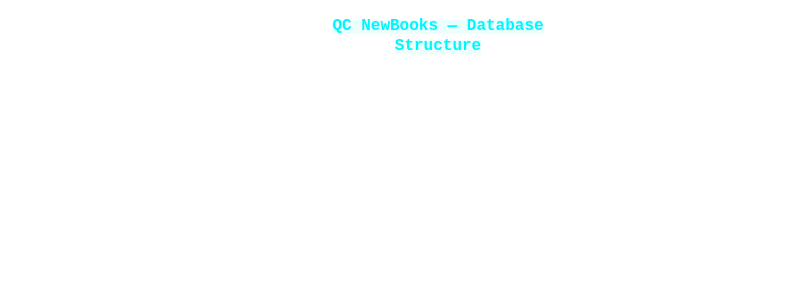
Before: page "Part B — ERD" (2 of 2) of QC_NewBooks_Diagrams.drawio in cristejada2004/diagram-qc-new-books, a draw.io diagram. Source tidied: cells renumbered, new cells numbered last; positions are measured from the earlier drawing's top-left corner, leaving out a move shared by most shapes. Both pictures are drawn from the tidied source at 100%, with x=0, y=0 at pixel (308, 21).
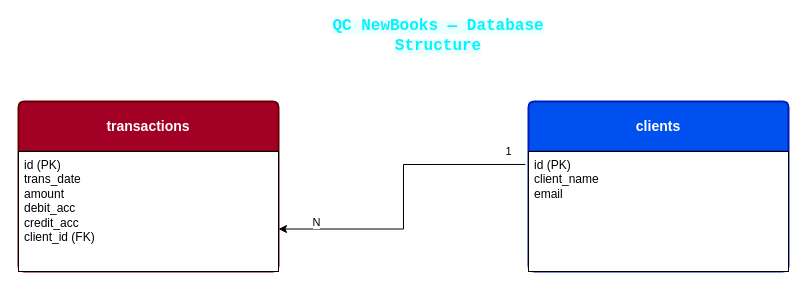
Above is the later version.

Change to the diagram source:
```diff
@@
 <mxGraphModel>
   <root>
     <mxCell id="0" />
     <mxCell id="1" parent="0" />
     <mxCell id="2" value="&lt;span style=&quot;font-family: &amp;quot;Share Tech Mono&amp;quot;, monospace; text-align: start; background-color: light-dark(rgba(0, 245, 255, 0.08), rgb(153, 255, 255));&quot;&gt;&lt;b style=&quot;&quot;&gt;&lt;font style=&quot;font-size: 16px; color: light-dark(rgb(0, 245, 255), rgb(0, 0, 0));&quot;&gt;QC NewBooks — Database Structure&lt;/font&gt;&lt;/b&gt;&lt;/span&gt;" style="text;html=1;whiteSpace=wrap;strokeColor=none;fillColor=none;align=center;verticalAlign=middle;rounded=0;" parent="1" vertex="1">
       <mxGeometry width="260" height="30" as="geometry" />
     </mxCell>
+    <mxCell id="3" value="&lt;b&gt;transactions&lt;/b&gt;" style="swimlane;horizontal=1;startSize=50;rounded=1;fontSize=14;fontStyle=0;strokeWidth=2;shadow=0;align=center;arcSize=4;whiteSpace=wrap;html=1;fillColor=#a20025;fontColor=#ffffff;strokeColor=#6F0000;" parent="1" vertex="1">
+      <mxGeometry x="-290" y="80" width="260" height="170" as="geometry" />
+    </mxCell>
+    <mxCell id="4" value="id (PK)&lt;div&gt;trans_date&lt;/div&gt;&lt;div&gt;amount&lt;/div&gt;&lt;div&gt;debit_acc&lt;/div&gt;&lt;div&gt;credit_acc&lt;/div&gt;&lt;div&gt;client_id (FK)&lt;/div&gt;&lt;div&gt;&lt;br&gt;&lt;/div&gt;&lt;div&gt;&lt;br&gt;&lt;/div&gt;&lt;div&gt;&lt;div&gt;&lt;br&gt;&lt;/div&gt;&lt;/div&gt;" style="align=left;spacingLeft=4;spacingRight=4;fontSize=12;verticalAlign=top;html=1;whiteSpace=wrap;" parent="3" vertex="1">
+      <mxGeometry y="50" width="260" height="120" as="geometry" />
+    </mxCell>
+    <mxCell id="5" style="align=left;strokeColor=none;fillColor=none;spacingLeft=4;spacingRight=4;fontSize=12;verticalAlign=top;html=1;whiteSpace=wrap;" parent="3" vertex="1">
+      <mxGeometry y="170" width="260" as="geometry" />
+    </mxCell>
+    <mxCell id="6" style="align=left;strokeColor=none;fillColor=none;spacingLeft=4;spacingRight=4;fontSize=12;verticalAlign=top;html=1;whiteSpace=wrap;" parent="3" vertex="1">
+      <mxGeometry y="170" width="260" as="geometry" />
+    </mxCell>
+    <mxCell id="7" style="align=left;strokeColor=none;fillColor=none;spacingLeft=4;spacingRight=4;fontSize=12;verticalAlign=top;html=1;whiteSpace=wrap;" parent="3" vertex="1">
+      <mxGeometry y="170" width="260" as="geometry" />
+    </mxCell>
+    <mxCell id="8" value="&lt;b&gt;clients&lt;/b&gt;" style="swimlane;horizontal=1;startSize=50;rounded=1;fontSize=14;fontStyle=0;strokeWidth=2;shadow=0;dashed=0;align=center;arcSize=4;whiteSpace=wrap;html=1;fillColor=#0050ef;fontColor=#ffffff;strokeColor=#001DBC;" parent="1" vertex="1">
+      <mxGeometry x="220" y="80" width="260" height="170" as="geometry" />
+    </mxCell>
+    <mxCell id="9" value="id (PK)&lt;div&gt;client_name&lt;/div&gt;&lt;div&gt;email&lt;/div&gt;" style="align=left;spacingLeft=4;spacingRight=4;fontSize=12;verticalAlign=top;html=1;whiteSpace=wrap;" parent="8" vertex="1">
+      <mxGeometry y="50" width="260" height="120" as="geometry" />
+    </mxCell>
+    <mxCell id="10" style="edgeStyle=orthogonalEdgeStyle;rounded=0;jettySize=auto;html=1;entryX=1;entryY=0.75;entryDx=0;entryDy=0;exitX=-0.012;exitY=0.108;exitDx=0;exitDy=0;exitPerimeter=0;" parent="1" edge="1" source="9" target="3">
+      <mxGeometry relative="1" as="geometry" />
+    </mxCell>
+    <mxCell id="11" value="N" style="edgeLabel;html=1;align=center;verticalAlign=middle;" parent="10" vertex="1">
+      <mxGeometry x="0.76" y="2" relative="1" as="geometry">
+        <mxPoint y="-9" as="offset" />
+      </mxGeometry>
+    </mxCell>
+    <mxCell id="12" value="1" style="edgeLabel;html=1;align=center;verticalAlign=middle;" parent="10" vertex="1">
+      <mxGeometry x="-0.82" y="-1" relative="1" as="geometry">
+        <mxPoint x="11" y="-12" as="offset" />
+      </mxGeometry>
+    </mxCell>
   </root>
 </mxGraphModel>
```
